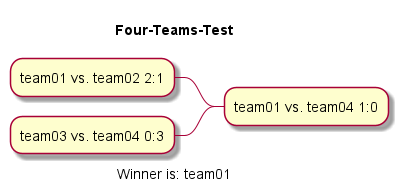
Earlier version of the PlantUML export asciidocs/images/generated-diagrams/Four-Teams-Test.png (htl-leonding-project/2022-4ahif-autohaus).
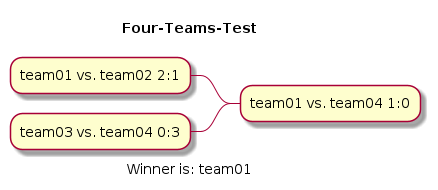
After the change.

Change to the diagram source:
```diff
@@ -1,4 +1,4 @@
-@startmindmap Four-Teams-Test.svg
+@startmindmap Four-Teams-Test.png
 title Four-Teams-Test
 
 - team01 vs. team04 1:0
```
